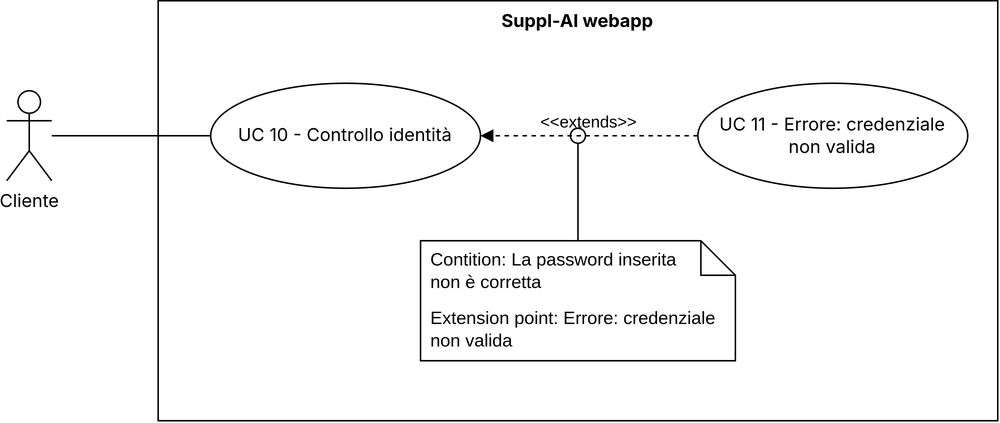
CodeHex16/documentazione keeps this draw.io diagram as 3 - PB/imgs/uc10.png. Above is the earlier version. Source tidied: cells renumbered, new cells last; positions are measured from the earlier drawing's top-left corner, leaving out a move shared by most shapes. The source it was exported from:
```xml
<mxGraphModel>
  <root>
    <mxCell id="0" />
    <mxCell id="1" parent="0" />
    <mxCell id="2" value="Cliente&lt;br&gt;&lt;div&gt;&lt;br&gt;&lt;/div&gt;" style="shape=umlActor;verticalLabelPosition=bottom;verticalAlign=top;html=1;outlineConnect=0;fontFamily=Inter;" parent="1" vertex="1">
      <mxGeometry y="60" width="30" height="60" as="geometry" />
    </mxCell>
    <mxCell id="3" value="Suppl-AI webapp" style="shape=rect;html=1;verticalAlign=top;fontStyle=1;whiteSpace=wrap;align=center;fontFamily=Inter;" parent="1" vertex="1">
      <mxGeometry x="101" width="560" height="280" as="geometry" />
    </mxCell>
    <mxCell id="4" value="UC 10 - Controllo identità" style="ellipse;whiteSpace=wrap;html=1;fontFamily=Inter;" parent="1" vertex="1">
      <mxGeometry x="136" y="55" width="180" height="70" as="geometry" />
    </mxCell>
    <mxCell id="5" value="UC 11 - Errore: credenziale&lt;br&gt;non valida" style="ellipse;whiteSpace=wrap;html=1;fontFamily=Inter;" parent="1" vertex="1">
      <mxGeometry x="461" y="55" width="180" height="70" as="geometry" />
    </mxCell>
    <mxCell id="6" value="&amp;lt;&amp;lt;extends&amp;gt;&amp;gt;" style="html=1;verticalAlign=bottom;labelBackgroundColor=none;endArrow=block;endFill=1;dashed=1;rounded=0;" parent="1" edge="1" source="5" target="4">
      <mxGeometry relative="1" as="geometry" />
    </mxCell>
    <mxCell id="7" style="endArrow=none;html=1;rounded=0;" parent="1" edge="1" source="2" target="4">
      <mxGeometry relative="1" as="geometry" />
    </mxCell>
    <mxCell id="8" style="endArrow=oval;html=1;rounded=0;endFill=0;endSize=10;" parent="1" edge="1" source="9">
      <mxGeometry relative="1" as="geometry">
        <mxPoint x="381" y="90" as="targetPoint" />
      </mxGeometry>
    </mxCell>
    <mxCell id="9" value="&lt;div&gt;&lt;br&gt;&lt;/div&gt;Extension point: Errore: credenziale non valida" style="shape=note2;boundedLbl=1;whiteSpace=wrap;html=1;size=23;verticalAlign=top;align=left;spacingLeft=5;" parent="1" vertex="1">
      <mxGeometry x="276" y="160" width="210" height="80" as="geometry" />
    </mxCell>
    <mxCell id="10" value="&lt;span style=&quot;text-align: center;&quot;&gt;Contition: La password inserita&lt;/span&gt;&lt;br style=&quot;text-align: center;&quot;&gt;&lt;span style=&quot;text-align: center;&quot;&gt;non è corretta&lt;/span&gt;" style="strokeColor=none;fillColor=none;align=left;spacingLeft=5;whiteSpace=wrap;html=1;" parent="9" vertex="1">
      <mxGeometry width="210" height="40" relative="1" as="geometry" />
    </mxCell>
    <mxCell id="11" style="edgeStyle=orthogonalEdgeStyle;rounded=0;orthogonalLoop=1;jettySize=auto;html=1;exitX=0.5;exitY=1;exitDx=0;exitDy=0;" parent="9" edge="1" source="10" target="10">
      <mxGeometry relative="1" as="geometry" />
    </mxCell>
  </root>
</mxGraphModel>
```
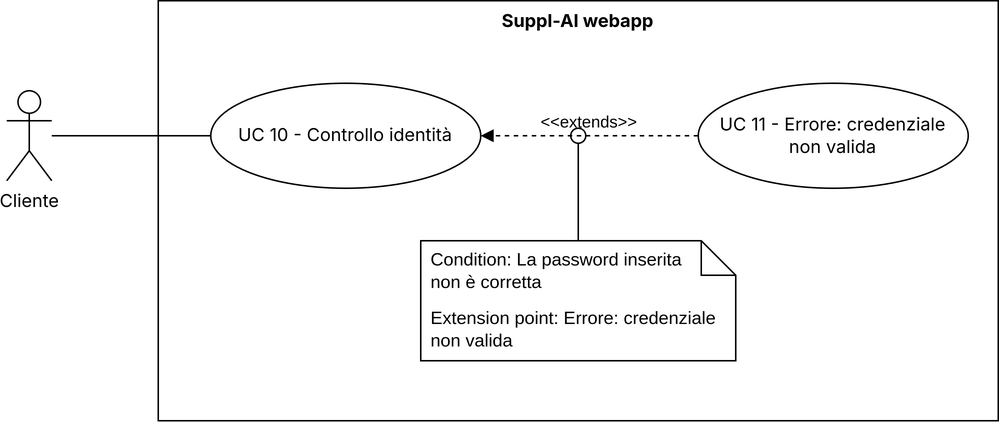
Later version of the same file.

The edit, as a diff of the source:
```diff
@@ -28,7 +28,7 @@
     <mxCell id="9" value="&lt;div&gt;&lt;br&gt;&lt;/div&gt;Extension point: Errore: credenziale non valida" style="shape=note2;boundedLbl=1;whiteSpace=wrap;html=1;size=23;verticalAlign=top;align=left;spacingLeft=5;" parent="1" vertex="1">
       <mxGeometry x="276" y="160" width="210" height="80" as="geometry" />
     </mxCell>
-    <mxCell id="10" value="&lt;span style=&quot;text-align: center;&quot;&gt;Contition: La password inserita&lt;/span&gt;&lt;br style=&quot;text-align: center;&quot;&gt;&lt;span style=&quot;text-align: center;&quot;&gt;non è corretta&lt;/span&gt;" style="strokeColor=none;fillColor=none;align=left;spacingLeft=5;whiteSpace=wrap;html=1;" parent="9" vertex="1">
+    <mxCell id="10" value="&lt;span style=&quot;text-align: center;&quot;&gt;Condition&lt;/span&gt;&lt;span style=&quot;text-align: center;&quot;&gt;: La password inserita&lt;/span&gt;&lt;br style=&quot;text-align: center;&quot;&gt;&lt;span style=&quot;text-align: center;&quot;&gt;non è corretta&lt;/span&gt;" style="strokeColor=none;fillColor=none;align=left;spacingLeft=5;whiteSpace=wrap;html=1;" parent="9" vertex="1">
       <mxGeometry width="210" height="40" relative="1" as="geometry" />
     </mxCell>
     <mxCell id="11" style="edgeStyle=orthogonalEdgeStyle;rounded=0;orthogonalLoop=1;jettySize=auto;html=1;exitX=0.5;exitY=1;exitDx=0;exitDy=0;" parent="9" edge="1" source="10" target="10">
```
